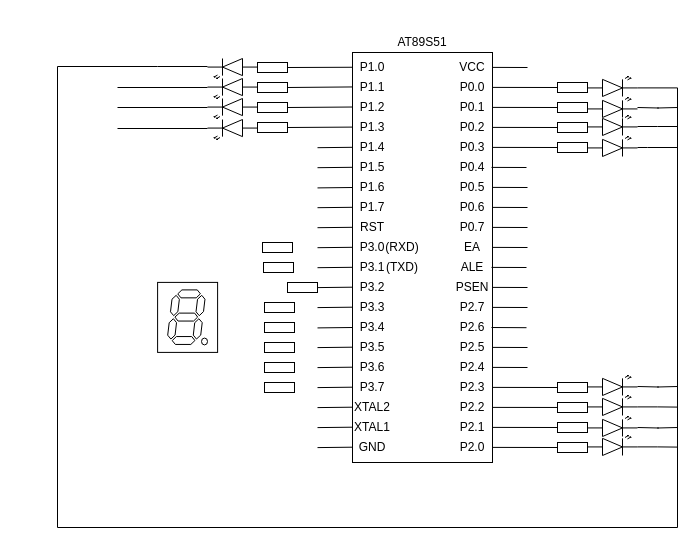
The draw.io diagram Untitled Diagram.drawio in UM-S2110684/customerPersonalityAnalysis, before the edit. Source tidied: cells renumbered, new cells numbered last; positions are measured from the earlier drawing's top-left corner, leaving out a move shared by most shapes. Both pictures are drawn from the tidied source at 100%, with x=0, y=0 at pixel (57, 27). Pictures stored in the file or linked from it are replaced by grey dashed boxes.
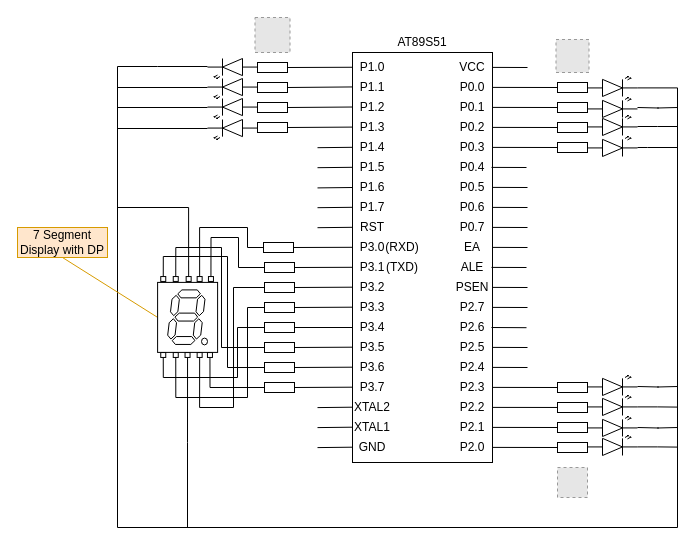
Above is the later version.

Unchanged cells that the change refers to:
```xml
<mxCell id="99" style="verticalLabelPosition=bottom;shadow=0;dashed=0;align=center;html=1;verticalAlign=top;shape=mxgraph.electrical.opto_electronics.led_2;" parent="1" vertex="1">
  <mxGeometry x="530" y="49" width="50" height="20" as="geometry" />
</mxCell>
<mxCell id="125" style="rounded=0;whiteSpace=wrap;html=1;align=left;" parent="1" vertex="1">
  <mxGeometry x="207" y="275" width="30" height="10" as="geometry" />
</mxCell>
<mxCell id="126" style="rounded=0;whiteSpace=wrap;html=1;align=left;" parent="1" vertex="1">
  <mxGeometry x="207" y="295" width="30" height="10" as="geometry" />
</mxCell>
<mxCell id="127" style="rounded=0;whiteSpace=wrap;html=1;align=left;" parent="1" vertex="1">
  <mxGeometry x="207" y="315" width="30" height="10" as="geometry" />
</mxCell>
<mxCell id="128" style="rounded=0;whiteSpace=wrap;html=1;align=left;" parent="1" vertex="1">
  <mxGeometry x="207" y="335" width="30" height="10" as="geometry" />
</mxCell>
<mxCell id="129" style="rounded=0;whiteSpace=wrap;html=1;align=left;" parent="1" vertex="1">
  <mxGeometry x="207" y="355" width="30" height="10" as="geometry" />
</mxCell>
<mxCell id="130" style="rounded=0;whiteSpace=wrap;html=1;align=left;rotation=90;" parent="1" vertex="1">
  <mxGeometry x="95.1" y="259.9" width="70" height="60" as="geometry" />
</mxCell>
```

The edit, as a diff of the source:
```diff
@@
-    <mxCell id="55" style="endArrow=none;html=1;rounded=0;entryX=0.133;entryY=1;entryDx=0;entryDy=0;entryPerimeter=0;" parent="1" edge="1">
+    <mxCell id="55" style="endArrow=none;html=1;rounded=0;entryX=0.133;entryY=1;entryDx=0;entryDy=0;entryPerimeter=0;exitX=1;exitY=0.5;exitDx=0;exitDy=0;" parent="1" edge="1" source="122">
       <mxGeometry relative="1" as="geometry">
-        <mxPoint x="260" y="220.2" as="sourcePoint" />
         <mxPoint x="295" y="219.8" as="targetPoint" />
       </mxGeometry>
     </mxCell>
-    <mxCell id="56" style="endArrow=none;html=1;rounded=0;entryX=0.133;entryY=1;entryDx=0;entryDy=0;entryPerimeter=0;" parent="1" edge="1">
+    <mxCell id="56" style="endArrow=none;html=1;rounded=0;entryX=0.133;entryY=1;entryDx=0;entryDy=0;entryPerimeter=0;exitX=1;exitY=0.5;exitDx=0;exitDy=0;" parent="1" edge="1" source="123">
       <mxGeometry relative="1" as="geometry">
-        <mxPoint x="260" y="240.2" as="sourcePoint" />
         <mxPoint x="295" y="239.8" as="targetPoint" />
       </mxGeometry>
     </mxCell>
-    <mxCell id="57" style="endArrow=none;html=1;rounded=0;entryX=0.133;entryY=1;entryDx=0;entryDy=0;entryPerimeter=0;" parent="1" edge="1">
+    <mxCell id="57" style="endArrow=none;html=1;rounded=0;entryX=0.133;entryY=1;entryDx=0;entryDy=0;entryPerimeter=0;exitX=1;exitY=0.5;exitDx=0;exitDy=0;" parent="1" edge="1" source="124">
       <mxGeometry relative="1" as="geometry">
-        <mxPoint x="260" y="260.1" as="sourcePoint" />
         <mxPoint x="295" y="259.7" as="targetPoint" />
       </mxGeometry>
     </mxCell>
-    <mxCell id="58" style="endArrow=none;html=1;rounded=0;entryX=0.133;entryY=1;entryDx=0;entryDy=0;entryPerimeter=0;" parent="1" edge="1">
+    <mxCell id="58" style="endArrow=none;html=1;rounded=0;entryX=0.133;entryY=1;entryDx=0;entryDy=0;entryPerimeter=0;exitX=1;exitY=0.5;exitDx=0;exitDy=0;" parent="1" edge="1" source="125">
       <mxGeometry relative="1" as="geometry">
-        <mxPoint x="260" y="280.1" as="sourcePoint" />
         <mxPoint x="295" y="279.7" as="targetPoint" />
       </mxGeometry>
     </mxCell>
-    <mxCell id="59" style="endArrow=none;html=1;rounded=0;entryX=0.133;entryY=1;entryDx=0;entryDy=0;entryPerimeter=0;" parent="1" edge="1">
+    <mxCell id="59" style="endArrow=none;html=1;rounded=0;entryX=0.133;entryY=1;entryDx=0;entryDy=0;entryPerimeter=0;exitX=1;exitY=0.5;exitDx=0;exitDy=0;" parent="1" edge="1" source="126">
       <mxGeometry relative="1" as="geometry">
-        <mxPoint x="260" y="300.4" as="sourcePoint" />
         <mxPoint x="295" y="300" as="targetPoint" />
       </mxGeometry>
     </mxCell>
-    <mxCell id="60" style="endArrow=none;html=1;rounded=0;entryX=0.133;entryY=1;entryDx=0;entryDy=0;entryPerimeter=0;" parent="1" edge="1">
+    <mxCell id="60" style="endArrow=none;html=1;rounded=0;entryX=0.133;entryY=1;entryDx=0;entryDy=0;entryPerimeter=0;exitX=1;exitY=0.5;exitDx=0;exitDy=0;" parent="1" edge="1" source="127">
       <mxGeometry relative="1" as="geometry">
-        <mxPoint x="260" y="320.1" as="sourcePoint" />
         <mxPoint x="295" y="319.7" as="targetPoint" />
       </mxGeometry>
     </mxCell>
-    <mxCell id="61" style="endArrow=none;html=1;rounded=0;entryX=0.133;entryY=1;entryDx=0;entryDy=0;entryPerimeter=0;" parent="1" edge="1">
+    <mxCell id="61" style="endArrow=none;html=1;rounded=0;entryX=0.133;entryY=1;entryDx=0;entryDy=0;entryPerimeter=0;exitX=1;exitY=0.5;exitDx=0;exitDy=0;" parent="1" edge="1" source="128">
       <mxGeometry relative="1" as="geometry">
-        <mxPoint x="260" y="340.1" as="sourcePoint" />
         <mxPoint x="295" y="339.7" as="targetPoint" />
       </mxGeometry>
     </mxCell>
-    <mxCell id="62" style="endArrow=none;html=1;rounded=0;entryX=0.133;entryY=1;entryDx=0;entryDy=0;entryPerimeter=0;" parent="1" edge="1">
+    <mxCell id="62" style="endArrow=none;html=1;rounded=0;entryX=0.133;entryY=1;entryDx=0;entryDy=0;entryPerimeter=0;exitX=1;exitY=0.5;exitDx=0;exitDy=0;" parent="1" edge="1" source="129">
       <mxGeometry relative="1" as="geometry">
-        <mxPoint x="260" y="360.1" as="sourcePoint" />
         <mxPoint x="295" y="359.7" as="targetPoint" />
       </mxGeometry>
     </mxCell>
@@
     <mxCell id="98" style="edgeStyle=orthogonalEdgeStyle;rounded=0;jettySize=auto;html=1;exitX=1;exitY=0.57;exitDx=0;exitDy=0;exitPerimeter=0;endArrow=none;endFill=0;" parent="1" edge="1" source="99">
       <mxGeometry relative="1" as="geometry">
         <mxPoint x="100" y="39" as="targetPoint" />
         <Array as="points">
           <mxPoint x="620" y="60" />
           <mxPoint x="620" y="500" />
-          <mxPoint y="500" />
-          <mxPoint y="39" />
+          <mxPoint x="60" y="500" />
+          <mxPoint x="60" y="39" />
         </Array>
       </mxGeometry>
     </mxCell>
@@
+    <mxCell id="132" style="edgeStyle=orthogonalEdgeStyle;rounded=0;jettySize=auto;html=1;entryX=0;entryY=0.5;entryDx=0;entryDy=0;endArrow=none;endFill=0;" parent="1" edge="1" source="122" target="143">
+      <mxGeometry relative="1" as="geometry">
+        <Array as="points">
+          <mxPoint x="190" y="220" />
+          <mxPoint x="190" y="200" />
+          <mxPoint x="142" y="200" />
+        </Array>
+      </mxGeometry>
+    </mxCell>
     <mxCell id="122" style="rounded=0;whiteSpace=wrap;html=1;align=left;" parent="1" vertex="1">
-      <mxGeometry x="205" y="215" width="30" height="10" as="geometry" />
+      <mxGeometry x="206" y="215" width="30" height="10" as="geometry" />
     </mxCell>
+    <mxCell id="133" style="edgeStyle=orthogonalEdgeStyle;rounded=0;jettySize=auto;html=1;entryX=0;entryY=0.5;entryDx=0;entryDy=0;endArrow=none;endFill=0;" parent="1" edge="1" source="123" target="144">
+      <mxGeometry relative="1" as="geometry">
+        <Array as="points">
+          <mxPoint x="181" y="240" />
+          <mxPoint x="181" y="210" />
+          <mxPoint x="154" y="210" />
+        </Array>
+      </mxGeometry>
+    </mxCell>
     <mxCell id="123" style="rounded=0;whiteSpace=wrap;html=1;align=left;" parent="1" vertex="1">
-      <mxGeometry x="206" y="235" width="30" height="10" as="geometry" />
+      <mxGeometry x="207" y="235" width="30" height="10" as="geometry" />
     </mxCell>
+    <mxCell id="134" style="edgeStyle=orthogonalEdgeStyle;rounded=0;jettySize=auto;html=1;entryX=1;entryY=0.5;entryDx=0;entryDy=0;endArrow=none;endFill=0;" parent="1" edge="1" source="124" target="147">
+      <mxGeometry relative="1" as="geometry">
+        <Array as="points">
+          <mxPoint x="176" y="260" />
+          <mxPoint x="176" y="380" />
+          <mxPoint x="142" y="380" />
+        </Array>
+      </mxGeometry>
+    </mxCell>
     <mxCell id="124" style="rounded=0;whiteSpace=wrap;html=1;align=left;" parent="1" vertex="1">
-      <mxGeometry x="230" y="255" width="30" height="10" as="geometry" />
+      <mxGeometry x="207" y="255" width="30" height="10" as="geometry" />
     </mxCell>
+    <mxCell id="135" style="edgeStyle=orthogonalEdgeStyle;rounded=0;jettySize=auto;html=1;entryX=1;entryY=0.5;entryDx=0;entryDy=0;endArrow=none;endFill=0;" parent="1" edge="1" source="125" target="146">
+      <mxGeometry relative="1" as="geometry">
+        <Array as="points">
+          <mxPoint x="190" y="280" />
+          <mxPoint x="190" y="370" />
+          <mxPoint x="118" y="370" />
+        </Array>
+      </mxGeometry>
+    </mxCell>
@@
+    <mxCell id="136" style="edgeStyle=orthogonalEdgeStyle;rounded=0;jettySize=auto;html=1;entryX=1;entryY=0.5;entryDx=0;entryDy=0;endArrow=none;endFill=0;" parent="1" edge="1" source="126" target="145">
+      <mxGeometry relative="1" as="geometry">
+        <Array as="points">
+          <mxPoint x="180" y="300" />
+          <mxPoint x="180" y="350" />
+          <mxPoint x="106" y="350" />
+        </Array>
+      </mxGeometry>
+    </mxCell>
@@
+    <mxCell id="137" style="edgeStyle=orthogonalEdgeStyle;rounded=0;jettySize=auto;html=1;entryX=0;entryY=0.5;entryDx=0;entryDy=0;endArrow=none;endFill=0;" parent="1" edge="1" source="127" target="142">
+      <mxGeometry relative="1" as="geometry">
+        <Array as="points">
+          <mxPoint x="164" y="320" />
+          <mxPoint x="164" y="220" />
+          <mxPoint x="118" y="220" />
+        </Array>
+      </mxGeometry>
+    </mxCell>
@@
+    <mxCell id="138" style="edgeStyle=orthogonalEdgeStyle;rounded=0;jettySize=auto;html=1;entryX=0;entryY=0.5;entryDx=0;entryDy=0;endArrow=none;endFill=0;" parent="1" edge="1" source="128" target="141">
+      <mxGeometry relative="1" as="geometry">
+        <Array as="points">
+          <mxPoint x="170" y="340" />
+          <mxPoint x="170" y="229" />
+          <mxPoint x="106" y="229" />
+          <mxPoint x="106" y="249" />
+        </Array>
+      </mxGeometry>
+    </mxCell>
@@
+    <mxCell id="139" style="edgeStyle=orthogonalEdgeStyle;rounded=0;jettySize=auto;html=1;entryX=1;entryY=0.5;entryDx=0;entryDy=0;endArrow=none;endFill=0;" parent="1" edge="1" source="129" target="148">
+      <mxGeometry relative="1" as="geometry" />
+    </mxCell>
@@
+    <mxCell id="140" style="rounded=0;jettySize=auto;html=1;endArrow=none;endFill=0;exitX=0.5;exitY=1;exitDx=0;exitDy=0;fillColor=#ffe6cc;strokeColor=#d79b00;entryX=0.5;entryY=1;entryDx=0;entryDy=0;" parent="1" edge="1" source="130" target="156">
+      <mxGeometry relative="1" as="geometry" />
+    </mxCell>
@@
+    <mxCell id="141" style="rounded=0;whiteSpace=wrap;html=1;align=left;rotation=90;" parent="1" vertex="1">
+      <mxGeometry x="103.3" y="249" width="4.9" height="5" as="geometry" />
+    </mxCell>
+    <mxCell id="142" style="rounded=0;whiteSpace=wrap;html=1;align=left;rotation=90;" parent="1" vertex="1">
+      <mxGeometry x="115.8" y="249" width="4.9" height="5" as="geometry" />
+    </mxCell>
+    <mxCell id="143" style="rounded=0;whiteSpace=wrap;html=1;align=left;rotation=90;" parent="1" vertex="1">
+      <mxGeometry x="139.7" y="249" width="4.9" height="5" as="geometry" />
+    </mxCell>
+    <mxCell id="144" style="rounded=0;whiteSpace=wrap;html=1;align=left;rotation=90;" parent="1" vertex="1">
+      <mxGeometry x="151" y="249" width="4.9" height="5" as="geometry" />
+    </mxCell>
+    <mxCell id="145" style="rounded=0;whiteSpace=wrap;html=1;align=left;rotation=90;" parent="1" vertex="1">
+      <mxGeometry x="103.3" y="325" width="4.9" height="5" as="geometry" />
+    </mxCell>
+    <mxCell id="146" style="rounded=0;whiteSpace=wrap;html=1;align=left;rotation=90;" parent="1" vertex="1">
+      <mxGeometry x="115.8" y="325" width="4.9" height="5" as="geometry" />
+    </mxCell>
+    <mxCell id="147" style="rounded=0;whiteSpace=wrap;html=1;align=left;rotation=90;" parent="1" vertex="1">
+      <mxGeometry x="139.7" y="325" width="4.9" height="5" as="geometry" />
+    </mxCell>
+    <mxCell id="148" style="rounded=0;whiteSpace=wrap;html=1;align=left;rotation=90;" parent="1" vertex="1">
+      <mxGeometry x="150" y="325" width="4.9" height="5" as="geometry" />
+    </mxCell>
+    <mxCell id="149" style="edgeStyle=orthogonalEdgeStyle;rounded=0;jettySize=auto;html=1;endArrow=none;endFill=0;" parent="1" edge="1" source="150">
+      <mxGeometry relative="1" as="geometry">
+        <mxPoint x="60" y="180" as="targetPoint" />
+        <Array as="points">
+          <mxPoint x="131" y="180" />
+        </Array>
+      </mxGeometry>
+    </mxCell>
+    <mxCell id="150" style="rounded=0;whiteSpace=wrap;html=1;align=left;rotation=90;" parent="1" vertex="1">
+      <mxGeometry x="128.7" y="249" width="4.9" height="5" as="geometry" />
+    </mxCell>
+    <mxCell id="151" style="edgeStyle=orthogonalEdgeStyle;rounded=0;jettySize=auto;html=1;endArrow=none;endFill=0;" parent="1" edge="1" source="152">
+      <mxGeometry relative="1" as="geometry">
+        <mxPoint x="130" y="500" as="targetPoint" />
+      </mxGeometry>
+    </mxCell>
+    <mxCell id="152" style="rounded=0;whiteSpace=wrap;html=1;align=left;rotation=90;" parent="1" vertex="1">
+      <mxGeometry x="127.6" y="325" width="4.9" height="5" as="geometry" />
+    </mxCell>
+    <mxCell id="153" style="fillColor=#E6E6E6;strokeColor=#999999;dashed=1;html=1;verticalAlign=top;verticalLabelPosition=bottom;labelBackgroundColor=#ffffff;" parent="1" vertex="1">
+      <mxGeometry x="197.5" y="-10" width="35" height="35" as="geometry" />
+    </mxCell>
+    <mxCell id="154" style="fillColor=#E6E6E6;strokeColor=#999999;dashed=1;html=1;verticalAlign=top;verticalLabelPosition=bottom;labelBackgroundColor=#ffffff;" parent="1" vertex="1">
+      <mxGeometry x="500" y="440" width="30" height="30" as="geometry" />
+    </mxCell>
+    <mxCell id="155" style="fillColor=#E6E6E6;strokeColor=#999999;dashed=1;html=1;verticalAlign=top;verticalLabelPosition=bottom;labelBackgroundColor=#ffffff;" parent="1" vertex="1">
+      <mxGeometry x="498.5" y="12" width="33" height="33" as="geometry" />
+    </mxCell>
+    <mxCell id="156" value="7 Segment Display with DP" style="text;html=1;strokeColor=#d79b00;fillColor=#ffe6cc;align=center;verticalAlign=middle;whiteSpace=wrap;rounded=0;" parent="1" vertex="1">
+      <mxGeometry x="-40" y="200" width="90" height="30" as="geometry" />
+    </mxCell>
```
